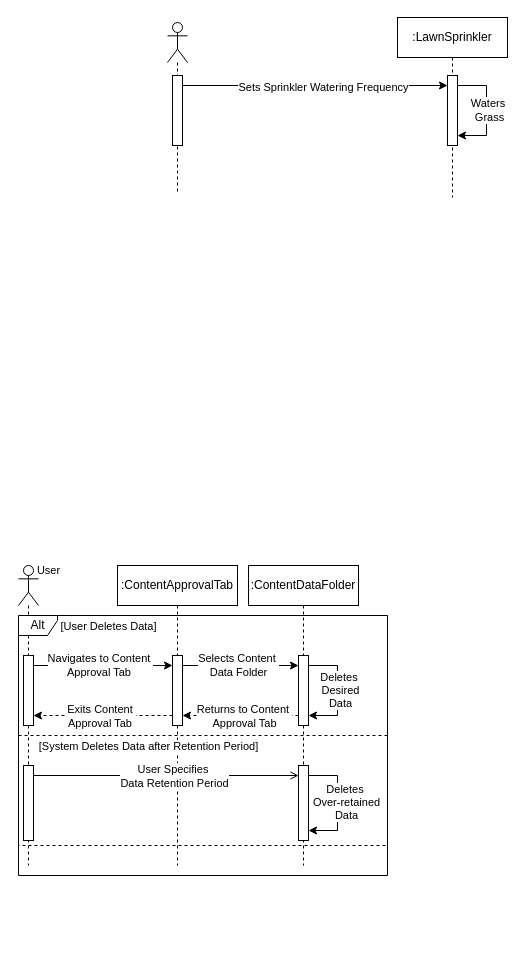
Above: SENG 321/SQD4-3.drawio in amirabdullahi1/gold (draw.io), before the change. Source tidied: cells renumbered, new cells numbered last; positions are measured from the earlier drawing's top-left corner, leaving out a move shared by most shapes. Both pictures are drawn from the tidied source at 100%, with x=0, y=0 at pixel (18, 17).
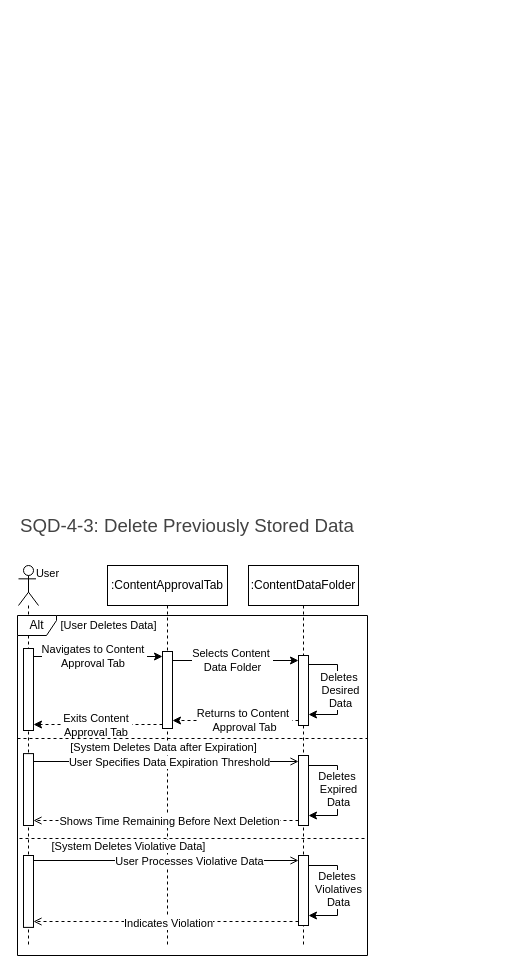
The same diagram, later.

Diff of the diagram source:
```diff
@@
+    <mxCell id="40" style="group;" parent="1" vertex="1">
+      <mxGeometry y="548" width="20" height="380" as="geometry" />
+    </mxCell>
+    <mxCell id="13" style="shape=umlLifeline;perimeter=lifelinePerimeter;whiteSpace=wrap;html=1;newEdgeStyle={&quot;curved&quot;:0,&quot;rounded&quot;:0};participant=umlActor;align=center;size=40;" parent="40" vertex="1">
+      <mxGeometry width="20" height="380" as="geometry" />
+    </mxCell>
+    <mxCell id="15" style="html=1;points=[[0,0,0,0,5],[0,1,0,0,-5],[1,0,0,0,5],[1,1,0,0,-5]];perimeter=orthogonalPerimeter;outlineConnect=0;targetShapes=umlLifeline;portConstraint=eastwest;newEdgeStyle={&quot;curved&quot;:0,&quot;rounded&quot;:0};" parent="13" vertex="1">
+      <mxGeometry x="5" y="83" width="10" height="82" as="geometry" />
+    </mxCell>
+    <mxCell id="14" style="html=1;points=[[0,0,0,0,5],[0,1,0,0,-5],[1,0,0,0,5],[1,1,0,0,-5]];perimeter=orthogonalPerimeter;outlineConnect=0;targetShapes=umlLifeline;portConstraint=eastwest;newEdgeStyle={&quot;curved&quot;:0,&quot;rounded&quot;:0};" parent="40" vertex="1">
+      <mxGeometry x="5" y="188.1" width="10" height="71.9" as="geometry" />
+    </mxCell>
+    <mxCell id="41" style="html=1;perimeter=orthogonalPerimeter;targetShapes=umlLifeline;newEdgeStyle={&quot;curved&quot;:0,&quot;rounded&quot;:0};" parent="40" vertex="1">
+      <mxGeometry x="5" y="290" width="10" height="71.9" as="geometry" />
+    </mxCell>
+    <mxCell id="42" style="group;" parent="1" vertex="1">
+      <mxGeometry x="89" y="548" width="120" height="380" as="geometry" />
+    </mxCell>
+    <mxCell id="17" value="&lt;div&gt;&lt;span style=&quot;background-color: initial;&quot;&gt;&lt;br&gt;&lt;/span&gt;&lt;/div&gt;&lt;span style=&quot;background-color: initial;&quot;&gt;:C&lt;/span&gt;&lt;span style=&quot;background-color: initial;&quot;&gt;ontentApprovalTab&lt;/span&gt;&lt;div&gt;&lt;div&gt;&lt;span style=&quot;background-color: initial;&quot;&gt;&lt;br&gt;&lt;/span&gt;&lt;/div&gt;&lt;/div&gt;" style="shape=umlLifeline;perimeter=lifelinePerimeter;whiteSpace=wrap;html=1;newEdgeStyle={&quot;curved&quot;:0,&quot;rounded&quot;:0};" parent="42" vertex="1">
+      <mxGeometry width="120" height="380" as="geometry" />
+    </mxCell>
+    <mxCell id="18" style="html=1;points=[[0,0,0,0,5],[0,1,0,0,-5],[1,0,0,0,5],[1,1,0,0,-5]];perimeter=orthogonalPerimeter;outlineConnect=0;targetShapes=umlLifeline;portConstraint=eastwest;newEdgeStyle={&quot;curved&quot;:0,&quot;rounded&quot;:0};" parent="42" vertex="1">
+      <mxGeometry x="55" y="86" width="10" height="77" as="geometry" />
+    </mxCell>
+    <mxCell id="29" value="[System Deletes Data after Expiration]" style="edgeLabel;html=1;align=center;verticalAlign=middle;" parent="42" vertex="1">
+      <mxGeometry x="55" y="181" as="geometry" />
+    </mxCell>
-    <mxCell id="2" style="edgeStyle=orthogonalEdgeStyle;rounded=0;jettySize=auto;html=1;curved=0;" parent="1" edge="1" source="15" target="18">
+    <mxCell id="2" style="edgeStyle=orthogonalEdgeStyle;rounded=0;orthogonalLoop=1;jettySize=auto;html=1;curved=0;" parent="1" edge="1">
       <mxGeometry relative="1" as="geometry">
+        <mxPoint x="15" y="639" as="sourcePoint" />
+        <mxPoint x="144" y="639" as="targetPoint" />
         <Array as="points">
-          <mxPoint x="99" y="648" />
-          <mxPoint x="99" y="648" />
+          <mxPoint x="79" y="639" />
+          <mxPoint x="79" y="639" />
         </Array>
       </mxGeometry>
     </mxCell>
@@
-    <mxCell id="4" style="edgeStyle=orthogonalEdgeStyle;rounded=0;jettySize=auto;html=1;curved=0;" parent="1" edge="1" source="18" target="24">
+    <mxCell id="4" style="edgeStyle=orthogonalEdgeStyle;rounded=0;orthogonalLoop=1;jettySize=auto;html=1;curved=0;" parent="1" edge="1">
       <mxGeometry relative="1" as="geometry">
+        <mxPoint x="154" y="643" as="sourcePoint" />
+        <mxPoint x="280" y="643" as="targetPoint" />
         <Array as="points">
-          <mxPoint x="219" y="648" />
-          <mxPoint x="219" y="648" />
+          <mxPoint x="219" y="643" />
+          <mxPoint x="219" y="643" />
         </Array>
       </mxGeometry>
     </mxCell>
@@
-    <mxCell id="6" style="edgeStyle=orthogonalEdgeStyle;rounded=0;jettySize=auto;html=1;curved=0;dashed=1;" parent="1" edge="1" source="24" target="18">
+    <mxCell id="6" style="edgeStyle=orthogonalEdgeStyle;rounded=0;orthogonalLoop=1;jettySize=auto;html=1;curved=0;dashed=1;" parent="1" edge="1">
       <mxGeometry relative="1" as="geometry">
+        <mxPoint x="280" y="703" as="sourcePoint" />
+        <mxPoint x="154" y="703" as="targetPoint" />
         <Array as="points">
-          <mxPoint x="219" y="698" />
-          <mxPoint x="219" y="698" />
+          <mxPoint x="219" y="703" />
+          <mxPoint x="219" y="703" />
         </Array>
       </mxGeometry>
     </mxCell>
-    <mxCell id="7" style="edgeStyle=orthogonalEdgeStyle;rounded=0;jettySize=auto;html=1;curved=0;dashed=1;" parent="1" edge="1" source="18" target="15">
+    <mxCell id="7" style="edgeStyle=orthogonalEdgeStyle;rounded=0;orthogonalLoop=1;jettySize=auto;html=1;curved=0;dashed=1;" parent="1" edge="1">
       <mxGeometry relative="1" as="geometry">
+        <mxPoint x="144" y="707" as="sourcePoint" />
+        <mxPoint x="15" y="707" as="targetPoint" />
         <Array as="points">
-          <mxPoint x="89" y="698" />
-          <mxPoint x="89" y="698" />
+          <mxPoint x="89" y="707" />
+          <mxPoint x="89" y="707" />
         </Array>
       </mxGeometry>
     </mxCell>
@@
     <mxCell id="9" value="User" style="edgeLabel;html=1;align=center;verticalAlign=middle;" parent="7" vertex="1">
       <mxGeometry x="-0.71" y="4" relative="1" as="geometry">
-        <mxPoint x="-105" y="-150" as="offset" />
+        <mxPoint x="-97" y="-156" as="offset" />
       </mxGeometry>
     </mxCell>
     <mxCell id="10" value="[User Deletes Data]" style="edgeLabel;html=1;align=center;verticalAlign=middle;" parent="7" vertex="1">
       <mxGeometry x="-0.67" y="1" relative="1" as="geometry">
-        <mxPoint x="-42" y="-91" as="offset" />
+        <mxPoint x="-34" y="-101" as="offset" />
       </mxGeometry>
     </mxCell>
     <mxCell id="11" value="Returns to Content&amp;nbsp;&lt;div&gt;Approval Tab&lt;/div&gt;" style="edgeLabel;html=1;align=center;verticalAlign=middle;" parent="1" vertex="1">
-      <mxGeometry x="225" y="698" as="geometry" />
+      <mxGeometry x="225" y="702" as="geometry" />
     </mxCell>
-    <mxCell id="12" style="group;" parent="1" vertex="1">
-      <mxGeometry y="548" width="20" height="300" as="geometry" />
-    </mxCell>
-    <mxCell id="13" style="shape=umlLifeline;perimeter=lifelinePerimeter;whiteSpace=wrap;html=1;newEdgeStyle={&quot;curved&quot;:0,&quot;rounded&quot;:0};participant=umlActor;align=center;size=40;" parent="12" vertex="1">
-      <mxGeometry width="20" height="300" as="geometry" />
-    </mxCell>
-    <mxCell id="14" style="html=1;points=[[0,0,0,0,5],[0,1,0,0,-5],[1,0,0,0,5],[1,1,0,0,-5]];perimeter=orthogonalPerimeter;outlineConnect=0;targetShapes=umlLifeline;portConstraint=eastwest;newEdgeStyle={&quot;curved&quot;:0,&quot;rounded&quot;:0};" parent="13" vertex="1">
-      <mxGeometry x="5" y="200" width="10" height="75" as="geometry" />
-    </mxCell>
-    <mxCell id="15" style="html=1;points=[[0,0,0,0,5],[0,1,0,0,-5],[1,0,0,0,5],[1,1,0,0,-5]];perimeter=orthogonalPerimeter;outlineConnect=0;targetShapes=umlLifeline;portConstraint=eastwest;newEdgeStyle={&quot;curved&quot;:0,&quot;rounded&quot;:0};" parent="12" vertex="1">
-      <mxGeometry x="5" y="90" width="10" height="70" as="geometry" />
-    </mxCell>
-    <mxCell id="16" style="group;" parent="1" vertex="1">
-      <mxGeometry x="99" y="548" width="249" height="380" as="geometry" />
-    </mxCell>
-    <mxCell id="17" value="&lt;div&gt;&lt;span style=&quot;background-color: initial;&quot;&gt;&lt;br&gt;&lt;/span&gt;&lt;/div&gt;&lt;span style=&quot;background-color: initial;&quot;&gt;:C&lt;/span&gt;&lt;span style=&quot;background-color: initial;&quot;&gt;ontentApprovalTab&lt;/span&gt;&lt;div&gt;&lt;div&gt;&lt;span style=&quot;background-color: initial;&quot;&gt;&lt;br&gt;&lt;/span&gt;&lt;/div&gt;&lt;/div&gt;" style="shape=umlLifeline;perimeter=lifelinePerimeter;whiteSpace=wrap;html=1;newEdgeStyle={&quot;curved&quot;:0,&quot;rounded&quot;:0};" parent="16" vertex="1">
-      <mxGeometry width="120" height="300" as="geometry" />
-    </mxCell>
-    <mxCell id="18" style="html=1;points=[[0,0,0,0,5],[0,1,0,0,-5],[1,0,0,0,5],[1,1,0,0,-5]];perimeter=orthogonalPerimeter;outlineConnect=0;targetShapes=umlLifeline;portConstraint=eastwest;newEdgeStyle={&quot;curved&quot;:0,&quot;rounded&quot;:0};" parent="16" vertex="1">
-      <mxGeometry x="55" y="90" width="10" height="70" as="geometry" />
-    </mxCell>
-    <mxCell id="19" style="group;" parent="1" vertex="1">
-      <mxGeometry x="230" y="548" width="110" height="300" as="geometry" />
-    </mxCell>
+    <mxCell id="27" value="Alt" style="shape=umlFrame;whiteSpace=wrap;html=1;width=39;height=20;fixDash=0;backgroundOutline=0;" parent="1" vertex="1">
+      <mxGeometry x="-1" y="598" width="350" height="340" as="geometry" />
+    </mxCell>
+    <mxCell id="28" style="swimlane;startSize=0;dashed=1;" parent="1" vertex="1">
+      <mxGeometry x="-1" y="721" width="350" height="100" as="geometry" />
+    </mxCell>
+    <mxCell id="30" style="edgeStyle=orthogonalEdgeStyle;rounded=0;orthogonalLoop=1;jettySize=auto;html=1;curved=0;endArrow=open;endFill=0;" parent="1" edge="1">
+      <mxGeometry relative="1" as="geometry">
+        <mxPoint x="15" y="744" as="sourcePoint" />
+        <mxPoint x="280" y="744" as="targetPoint" />
+        <Array as="points">
+          <mxPoint x="149" y="744" />
+          <mxPoint x="149" y="744" />
+        </Array>
+      </mxGeometry>
+    </mxCell>
+    <mxCell id="31" value="User Specifies Data Expiration&amp;nbsp;Threshold" style="edgeLabel;html=1;align=center;verticalAlign=middle;" parent="30" vertex="1">
+      <mxGeometry x="0.1" relative="1" as="geometry">
+        <mxPoint x="-11" as="offset" />
+      </mxGeometry>
+    </mxCell>
+    <mxCell id="43" style="edgeStyle=orthogonalEdgeStyle;rounded=0;orthogonalLoop=1;jettySize=auto;html=1;curved=0;endArrow=open;endFill=0;dashed=1;" parent="1" edge="1">
+      <mxGeometry relative="1" as="geometry">
+        <mxPoint x="280" y="803" as="sourcePoint" />
+        <mxPoint x="15" y="803" as="targetPoint" />
+        <Array as="points">
+          <mxPoint x="149" y="803" />
+          <mxPoint x="149" y="803" />
+        </Array>
+      </mxGeometry>
+    </mxCell>
+    <mxCell id="44" value="Shows Time Remaining Before Next Deletion" style="edgeLabel;html=1;align=center;verticalAlign=middle;" parent="43" vertex="1">
+      <mxGeometry x="0.12" y="2" relative="1" as="geometry">
+        <mxPoint x="18" y="-2" as="offset" />
+      </mxGeometry>
+    </mxCell>
+    <mxCell id="45" style="group;" parent="1" vertex="1">
+      <mxGeometry x="230" y="548" width="110" height="380" as="geometry" />
+    </mxCell>
-    <mxCell id="20" value=":ContentDataFolder" style="shape=umlLifeline;perimeter=lifelinePerimeter;whiteSpace=wrap;html=1;newEdgeStyle={&quot;curved&quot;:0,&quot;rounded&quot;:0};" parent="19" vertex="1">
-      <mxGeometry width="110" height="300" as="geometry" />
+    <mxCell id="20" value=":ContentDataFolder" style="shape=umlLifeline;perimeter=lifelinePerimeter;whiteSpace=wrap;html=1;newEdgeStyle={&quot;curved&quot;:0,&quot;rounded&quot;:0};" parent="45" vertex="1">
+      <mxGeometry width="110" height="380" as="geometry" />
     </mxCell>
+    <mxCell id="46" style="html=1;points=[[0,0,0,0,5],[0,1,0,0,-5],[1,0,0,0,5],[1,1,0,0,-5]];perimeter=orthogonalPerimeter;outlineConnect=0;targetShapes=umlLifeline;portConstraint=eastwest;newEdgeStyle={&quot;curved&quot;:0,&quot;rounded&quot;:0};" parent="20" vertex="1">
+      <mxGeometry x="50" y="290" width="10" height="70" as="geometry" />
+    </mxCell>
+    <mxCell id="47" style="edgeStyle=orthogonalEdgeStyle;rounded=0;orthogonalLoop=1;jettySize=auto;html=1;curved=0;" parent="20" edge="1" source="46" target="46">
+      <mxGeometry relative="1" as="geometry">
+        <Array as="points">
+          <mxPoint x="89" y="300" />
+          <mxPoint x="89" y="350" />
+        </Array>
+      </mxGeometry>
+    </mxCell>
+    <mxCell id="48" value="Deletes&amp;nbsp;&lt;div&gt;Violatives&lt;/div&gt;&lt;div&gt;Data&lt;/div&gt;" style="edgeLabel;html=1;align=center;verticalAlign=middle;" parent="47" vertex="1">
+      <mxGeometry x="-0.09" y="2" relative="1" as="geometry">
+        <mxPoint x="-2" y="3" as="offset" />
+      </mxGeometry>
+    </mxCell>
+    <mxCell id="24" style="html=1;points=[[0,0,0,0,5],[0,1,0,0,-5],[1,0,0,0,5],[1,1,0,0,-5]];perimeter=orthogonalPerimeter;outlineConnect=0;targetShapes=umlLifeline;portConstraint=eastwest;newEdgeStyle={&quot;curved&quot;:0,&quot;rounded&quot;:0};" parent="45" vertex="1">
+      <mxGeometry x="50" y="90" width="10" height="70" as="geometry" />
+    </mxCell>
-    <mxCell id="21" style="html=1;points=[[0,0,0,0,5],[0,1,0,0,-5],[1,0,0,0,5],[1,1,0,0,-5]];perimeter=orthogonalPerimeter;outlineConnect=0;targetShapes=umlLifeline;portConstraint=eastwest;newEdgeStyle={&quot;curved&quot;:0,&quot;rounded&quot;:0};" parent="20" vertex="1">
-      <mxGeometry x="50" y="200" width="10" height="75" as="geometry" />
+    <mxCell id="21" style="html=1;points=[[0,0,0,0,5],[0,1,0,0,-5],[1,0,0,0,5],[1,1,0,0,-5]];perimeter=orthogonalPerimeter;outlineConnect=0;targetShapes=umlLifeline;portConstraint=eastwest;newEdgeStyle={&quot;curved&quot;:0,&quot;rounded&quot;:0};" parent="45" vertex="1">
+      <mxGeometry x="50" y="190" width="10" height="70" as="geometry" />
     </mxCell>
+    <mxCell id="25" style="edgeStyle=orthogonalEdgeStyle;rounded=0;orthogonalLoop=1;jettySize=auto;html=1;curved=0;" parent="45" edge="1">
+      <mxGeometry relative="1" as="geometry">
+        <mxPoint x="60" y="99" as="sourcePoint" />
+        <mxPoint x="60" y="149" as="targetPoint" />
+        <Array as="points">
+          <mxPoint x="89" y="99" />
+          <mxPoint x="89" y="149" />
+        </Array>
+      </mxGeometry>
+    </mxCell>
+    <mxCell id="26" value="Deletes&amp;nbsp;&lt;div&gt;Desired&lt;/div&gt;&lt;div&gt;Data&lt;/div&gt;" style="edgeLabel;html=1;align=center;verticalAlign=middle;" parent="25" vertex="1">
+      <mxGeometry x="-0.09" y="2" relative="1" as="geometry">
+        <mxPoint y="5" as="offset" />
+      </mxGeometry>
+    </mxCell>
-    <mxCell id="22" style="edgeStyle=orthogonalEdgeStyle;rounded=0;orthogonalLoop=1;jettySize=auto;html=1;curved=0;" parent="20" edge="1" source="21" target="21">
+    <mxCell id="22" style="edgeStyle=orthogonalEdgeStyle;rounded=0;orthogonalLoop=1;jettySize=auto;html=1;curved=0;" parent="45" edge="1" source="21" target="21">
       <mxGeometry relative="1" as="geometry">
         <Array as="points">
-          <mxPoint x="89" y="210" />
-          <mxPoint x="89" y="265" />
+          <mxPoint x="89" y="200" />
+          <mxPoint x="89" y="250" />
         </Array>
       </mxGeometry>
     </mxCell>
-    <mxCell id="23" value="Deletes&amp;nbsp;&lt;div&gt;Over-retained&lt;/div&gt;&lt;div&gt;Data&lt;/div&gt;" style="edgeLabel;html=1;align=center;verticalAlign=middle;" parent="22" vertex="1">
+    <mxCell id="23" value="Deletes&amp;nbsp;&lt;div&gt;Expired&lt;/div&gt;&lt;div&gt;Data&lt;/div&gt;" style="edgeLabel;html=1;align=center;verticalAlign=middle;" parent="22" vertex="1">
       <mxGeometry x="-0.09" y="2" relative="1" as="geometry">
-        <mxPoint x="6" y="4" as="offset" />
+        <mxPoint x="-2" y="3" as="offset" />
       </mxGeometry>
     </mxCell>
-    <mxCell id="24" style="html=1;points=[[0,0,0,0,5],[0,1,0,0,-5],[1,0,0,0,5],[1,1,0,0,-5]];perimeter=orthogonalPerimeter;outlineConnect=0;targetShapes=umlLifeline;portConstraint=eastwest;newEdgeStyle={&quot;curved&quot;:0,&quot;rounded&quot;:0};" parent="19" vertex="1">
-      <mxGeometry x="50" y="90" width="10" height="70" as="geometry" />
-    </mxCell>
-    <mxCell id="25" style="edgeStyle=orthogonalEdgeStyle;rounded=0;orthogonalLoop=1;jettySize=auto;html=1;curved=0;" parent="19" edge="1" source="24" target="24">
-      <mxGeometry relative="1" as="geometry">
-        <Array as="points">
-          <mxPoint x="89" y="100" />
-          <mxPoint x="89" y="150" />
-        </Array>
-      </mxGeometry>
-    </mxCell>
-    <mxCell id="26" value="Deletes&amp;nbsp;&lt;div&gt;Desired&lt;/div&gt;&lt;div&gt;Data&lt;/div&gt;" style="edgeLabel;html=1;align=center;verticalAlign=middle;" parent="25" vertex="1">
-      <mxGeometry x="-0.09" y="2" relative="1" as="geometry">
-        <mxPoint y="4" as="offset" />
-      </mxGeometry>
-    </mxCell>
-    <mxCell id="27" value="Alt" style="shape=umlFrame;whiteSpace=wrap;html=1;width=39;height=20;fixDash=0;backgroundOutline=0;" parent="1" vertex="1">
-      <mxGeometry y="598" width="369" height="260" as="geometry" />
-    </mxCell>
-    <mxCell id="28" style="swimlane;startSize=0;dashed=1;" parent="1" vertex="1">
-      <mxGeometry y="718" width="369" height="110" as="geometry" />
-    </mxCell>
-    <mxCell id="29" value="[System Deletes Data after Retention Period]" style="edgeLabel;html=1;align=center;verticalAlign=middle;" parent="28" vertex="1">
-      <mxGeometry x="129" y="10" as="geometry" />
-    </mxCell>
-    <mxCell id="30" style="edgeStyle=orthogonalEdgeStyle;rounded=0;jettySize=auto;html=1;curved=0;endArrow=open;endFill=0;" parent="1" edge="1" source="14" target="21">
-      <mxGeometry relative="1" as="geometry">
-        <Array as="points">
-          <mxPoint x="149" y="758" />
-          <mxPoint x="149" y="758" />
-        </Array>
-      </mxGeometry>
-    </mxCell>
-    <mxCell id="31" value="User Specifies&amp;nbsp;&lt;div&gt;Data Retention Period&lt;/div&gt;" style="edgeLabel;html=1;align=center;verticalAlign=middle;" parent="30" vertex="1">
-      <mxGeometry x="0.1" relative="1" as="geometry">
-        <mxPoint x="-6" as="offset" />
-      </mxGeometry>
-    </mxCell>
-    <mxCell id="32" style="edgeStyle=orthogonalEdgeStyle;rounded=0;jettySize=auto;html=1;curved=0;" parent="1" edge="1" source="39" target="35">
-      <mxGeometry relative="1" as="geometry">
-        <Array as="points">
-          <mxPoint x="299" y="68" />
-          <mxPoint x="299" y="68" />
-        </Array>
-      </mxGeometry>
-    </mxCell>
-    <mxCell id="33" value="Sets Sprinkler Watering Frequency" style="edgeLabel;html=1;align=center;verticalAlign=middle;" parent="32" vertex="1">
-      <mxGeometry x="0.06" y="-1" relative="1" as="geometry" />
-    </mxCell>
-    <mxCell id="34" value=":LawnSprinkler" style="shape=umlLifeline;perimeter=lifelinePerimeter;whiteSpace=wrap;html=1;newEdgeStyle={&quot;curved&quot;:0,&quot;rounded&quot;:0};" parent="1" vertex="1">
-      <mxGeometry x="379" width="110" height="180" as="geometry" />
-    </mxCell>
-    <mxCell id="35" style="html=1;points=[[0,0,0,0,5],[0,1,0,0,-5],[1,0,0,0,5],[1,1,0,0,-5]];perimeter=orthogonalPerimeter;outlineConnect=0;targetShapes=umlLifeline;portConstraint=eastwest;newEdgeStyle={&quot;curved&quot;:0,&quot;rounded&quot;:0};" parent="1" vertex="1">
-      <mxGeometry x="429" y="58" width="10" height="70" as="geometry" />
-    </mxCell>
-    <mxCell id="36" style="edgeStyle=orthogonalEdgeStyle;rounded=0;orthogonalLoop=1;jettySize=auto;html=1;curved=0;" parent="1" edge="1" source="35" target="35">
-      <mxGeometry relative="1" as="geometry">
-        <Array as="points">
-          <mxPoint x="468" y="68" />
-          <mxPoint x="468" y="118" />
-        </Array>
-      </mxGeometry>
-    </mxCell>
-    <mxCell id="37" value="Waters&amp;nbsp;&lt;div&gt;Grass&lt;/div&gt;" style="edgeLabel;html=1;align=center;verticalAlign=middle;" parent="36" vertex="1">
-      <mxGeometry x="-0.09" y="2" relative="1" as="geometry">
-        <mxPoint y="4" as="offset" />
-      </mxGeometry>
-    </mxCell>
-    <mxCell id="38" style="shape=umlLifeline;perimeter=lifelinePerimeter;whiteSpace=wrap;html=1;newEdgeStyle={&quot;curved&quot;:0,&quot;rounded&quot;:0};participant=umlActor;align=center;size=40;" parent="1" vertex="1">
-      <mxGeometry x="149" y="5" width="20" height="170" as="geometry" />
-    </mxCell>
-    <mxCell id="39" style="html=1;points=[[0,0,0,0,5],[0,1,0,0,-5],[1,0,0,0,5],[1,1,0,0,-5]];perimeter=orthogonalPerimeter;outlineConnect=0;targetShapes=umlLifeline;portConstraint=eastwest;newEdgeStyle={&quot;curved&quot;:0,&quot;rounded&quot;:0};" parent="1" vertex="1">
-      <mxGeometry x="154" y="58" width="10" height="70" as="geometry" />
-    </mxCell>
+    <mxCell id="49" value="[System Deletes Violative Data]" style="edgeLabel;html=1;align=center;verticalAlign=middle;" parent="1" vertex="1">
+      <mxGeometry x="109" y="828" as="geometry" />
+    </mxCell>
+    <mxCell id="50" style="edgeStyle=orthogonalEdgeStyle;rounded=0;orthogonalLoop=1;jettySize=auto;html=1;curved=0;endArrow=open;endFill=0;" parent="1" edge="1">
+      <mxGeometry relative="1" as="geometry">
+        <mxPoint x="15" y="843" as="sourcePoint" />
+        <mxPoint x="280" y="843" as="targetPoint" />
+        <Array as="points">
+          <mxPoint x="149" y="843" />
+          <mxPoint x="149" y="843" />
+        </Array>
+      </mxGeometry>
+    </mxCell>
+    <mxCell id="51" value="User Processes Violative Data" style="edgeLabel;html=1;align=center;verticalAlign=middle;" parent="50" vertex="1">
+      <mxGeometry x="0.17" relative="1" as="geometry" />
+    </mxCell>
+    <mxCell id="52" style="edgeStyle=orthogonalEdgeStyle;rounded=0;orthogonalLoop=1;jettySize=auto;html=1;curved=0;endArrow=open;endFill=0;dashed=1;" parent="1" edge="1">
+      <mxGeometry relative="1" as="geometry">
+        <mxPoint x="280" y="904" as="sourcePoint" />
+        <mxPoint x="15" y="904" as="targetPoint" />
+        <Array as="points">
+          <mxPoint x="149" y="904" />
+          <mxPoint x="149" y="904" />
+        </Array>
+      </mxGeometry>
+    </mxCell>
+    <mxCell id="53" value="Indicates Violation" style="edgeLabel;html=1;align=center;verticalAlign=middle;" parent="52" vertex="1">
+      <mxGeometry x="0.1" y="1" relative="1" as="geometry">
+        <mxPoint x="15" as="offset" />
+      </mxGeometry>
+    </mxCell>
+    <mxCell id="54" value="&lt;b style=&quot;font-weight:normal;&quot; id=&quot;docs-internal-guid-be325c11-7fff-dd52-29ce-4bda0e180789&quot;&gt;&lt;h3 dir=&quot;ltr&quot; style=&quot;line-height:1.38;margin-top:16pt;margin-bottom:4pt;&quot;&gt;&lt;span style=&quot;font-size:13.999999999999998pt;font-family:Arial,sans-serif;color:#434343;background-color:transparent;font-weight:400;font-style:normal;font-variant:normal;text-decoration:none;vertical-align:baseline;white-space:pre;white-space:pre-wrap;&quot;&gt;SQD-4-3: Delete Previously Stored Data&amp;nbsp;&lt;/span&gt;&lt;/h3&gt;&lt;/b&gt;" style="text;whiteSpace=wrap;html=1;" parent="1" vertex="1">
+      <mxGeometry y="468" width="370" height="80" as="geometry" />
+    </mxCell>
```
